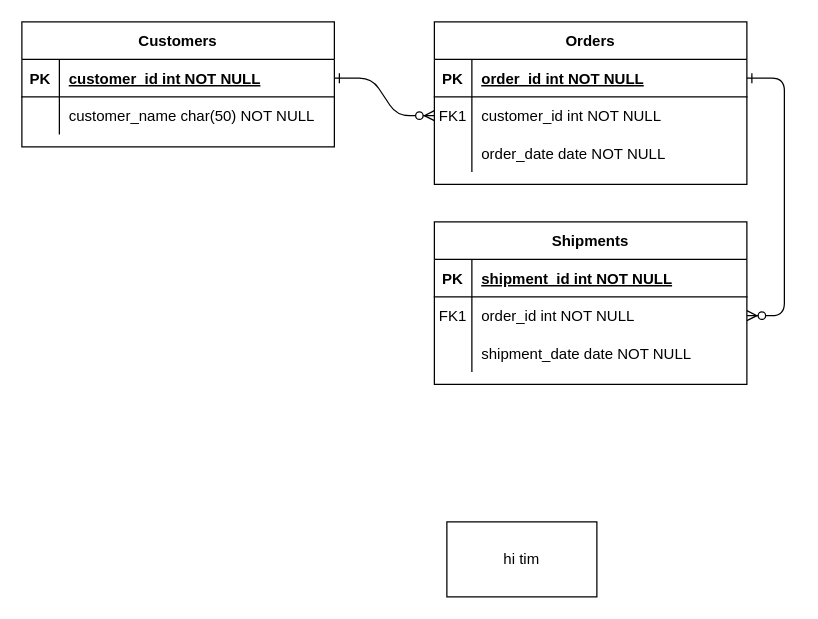
Before: Untitled Diagram.drawio in CZ2007-Group-2/Group2, a draw.io diagram. Source tidied: cells renumbered, new cells numbered last; positions are measured from the earlier drawing's top-left corner, leaving out a move shared by most shapes. Both pictures are drawn from the tidied source at 125%, with x=0, y=0 at pixel (21, 21).
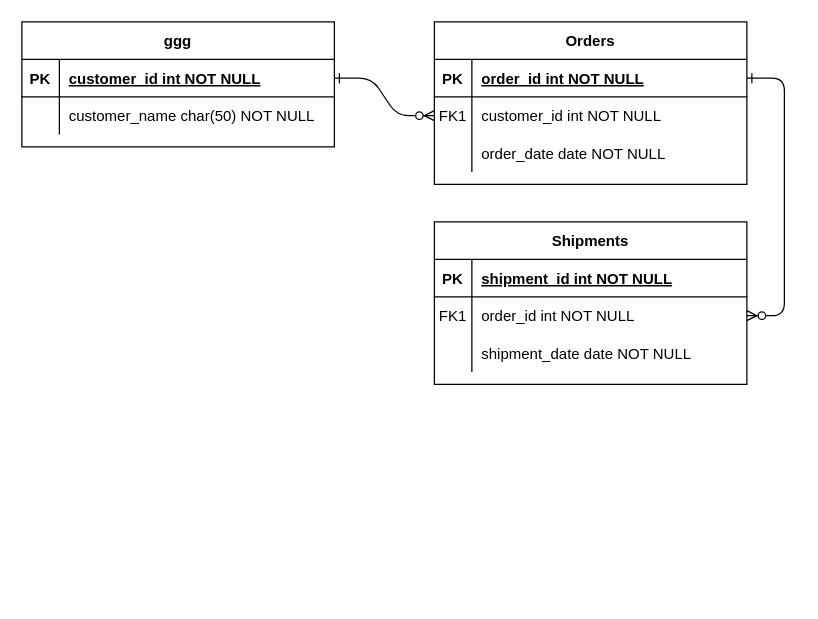
The same page after the edit.

Diff of the diagram source:
```diff
@@
-    <mxCell id="24" value="Customers" style="shape=table;startSize=30;childLayout=tableLayout;rowLines=0;fontStyle=1;align=center;" parent="1" vertex="1">
+    <mxCell id="24" value="ggg" style="shape=table;startSize=30;childLayout=tableLayout;rowLines=0;fontStyle=1;align=center;" parent="1" vertex="1">
       <mxGeometry width="250" height="100" as="geometry" />
     </mxCell>
@@
-    <mxCell id="31" value="hi tim" style="rounded=0;whiteSpace=wrap;html=1;" parent="1" vertex="1">
-      <mxGeometry x="340" y="400" width="120" height="60" as="geometry" />
-    </mxCell>
```
